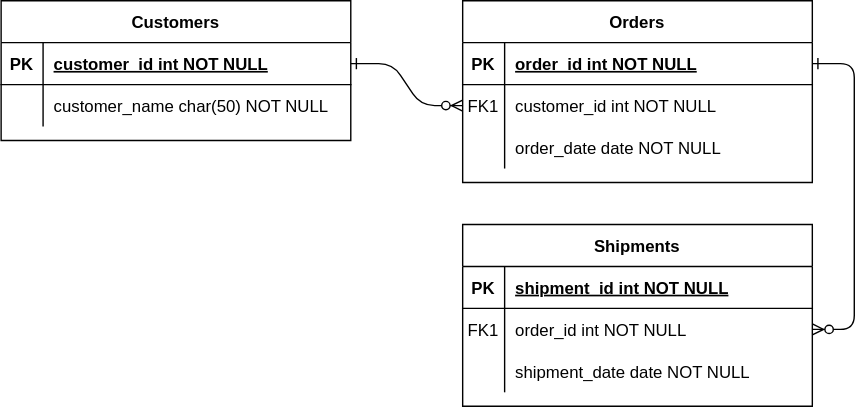
Above: Wishlist_Database.drawio.svg in Mwene-mutapa/wishlist-documentation (draw.io), before the change. Source tidied: cells renumbered, new cells last; positions are measured from the earlier drawing's top-left corner, leaving out a move shared by most shapes. Source of this version:
```xml
<mxGraphModel>
  <root>
    <mxCell id="0" />
    <mxCell id="1" parent="0" />
    <mxCell id="2" style="edgeStyle=entityRelationEdgeStyle;endArrow=ERzeroToMany;startArrow=ERone;endFill=1;startFill=0;" parent="1" edge="1" source="25" target="8">
      <mxGeometry relative="1" as="geometry" />
    </mxCell>
    <mxCell id="3" style="edgeStyle=entityRelationEdgeStyle;endArrow=ERzeroToMany;startArrow=ERone;endFill=1;startFill=0;" parent="1" edge="1" source="5" target="18">
      <mxGeometry relative="1" as="geometry" />
    </mxCell>
    <mxCell id="4" value="Orders" style="shape=table;startSize=30;rowLines=0;fontStyle=1;align=center;" parent="1" vertex="1">
      <mxGeometry x="330" width="250" height="130" as="geometry" />
    </mxCell>
    <mxCell id="5" style="shape=partialRectangle;fillColor=none;points=[[0,0.5],[1,0.5]];portConstraint=eastwest;top=0;left=0;right=0;bottom=1;" parent="4" vertex="1">
      <mxGeometry y="30" width="250" height="30" as="geometry" />
    </mxCell>
    <mxCell id="6" value="PK" style="shape=partialRectangle;overflow=hidden;fillColor=none;top=0;left=0;bottom=0;right=0;fontStyle=1;" parent="5" vertex="1">
      <mxGeometry width="30" height="30" as="geometry" />
    </mxCell>
    <mxCell id="7" value="order_id int NOT NULL " style="shape=partialRectangle;overflow=hidden;fillColor=none;top=0;left=0;bottom=0;right=0;align=left;spacingLeft=6;fontStyle=5;" parent="5" vertex="1">
      <mxGeometry x="30" width="220" height="30" as="geometry" />
    </mxCell>
    <mxCell id="8" style="shape=partialRectangle;fillColor=none;points=[[0,0.5],[1,0.5]];portConstraint=eastwest;top=0;left=0;right=0;bottom=0;" parent="4" vertex="1">
      <mxGeometry y="60" width="250" height="30" as="geometry" />
    </mxCell>
    <mxCell id="9" value="FK1" style="shape=partialRectangle;overflow=hidden;fillColor=none;top=0;left=0;bottom=0;right=0;" parent="8" vertex="1">
      <mxGeometry width="30" height="30" as="geometry" />
    </mxCell>
    <mxCell id="10" value="customer_id int NOT NULL" style="shape=partialRectangle;overflow=hidden;fillColor=none;top=0;left=0;bottom=0;right=0;align=left;spacingLeft=6;" parent="8" vertex="1">
      <mxGeometry x="30" width="220" height="30" as="geometry" />
    </mxCell>
    <mxCell id="11" style="shape=partialRectangle;fillColor=none;top=0;left=0;right=0;bottom=0;" parent="4" vertex="1">
      <mxGeometry y="90" width="250" height="30" as="geometry" />
    </mxCell>
    <mxCell id="12" style="shape=partialRectangle;overflow=hidden;fillColor=none;top=0;left=0;bottom=0;right=0;" parent="11" vertex="1">
      <mxGeometry width="30" height="30" as="geometry" />
    </mxCell>
    <mxCell id="13" value="order_date date NOT NULL" style="shape=partialRectangle;overflow=hidden;fillColor=none;top=0;left=0;bottom=0;right=0;align=left;spacingLeft=6;" parent="11" vertex="1">
      <mxGeometry x="30" width="220" height="30" as="geometry" />
    </mxCell>
    <mxCell id="14" value="Shipments" style="shape=table;startSize=30;rowLines=0;fontStyle=1;align=center;" parent="1" vertex="1">
      <mxGeometry x="330" y="160" width="250" height="130" as="geometry" />
    </mxCell>
    <mxCell id="15" style="shape=partialRectangle;fillColor=none;top=0;left=0;right=0;bottom=1;" parent="14" vertex="1">
      <mxGeometry y="30" width="250" height="30" as="geometry" />
    </mxCell>
    <mxCell id="16" value="PK" style="shape=partialRectangle;overflow=hidden;fillColor=none;top=0;left=0;bottom=0;right=0;fontStyle=1;" parent="15" vertex="1">
      <mxGeometry width="30" height="30" as="geometry" />
    </mxCell>
    <mxCell id="17" value="shipment_id int NOT NULL " style="shape=partialRectangle;overflow=hidden;fillColor=none;top=0;left=0;bottom=0;right=0;align=left;spacingLeft=6;fontStyle=5;" parent="15" vertex="1">
      <mxGeometry x="30" width="220" height="30" as="geometry" />
    </mxCell>
    <mxCell id="18" style="shape=partialRectangle;fillColor=none;points=[[0,0.5],[1,0.5]];portConstraint=eastwest;top=0;left=0;right=0;bottom=0;" parent="14" vertex="1">
      <mxGeometry y="60" width="250" height="30" as="geometry" />
    </mxCell>
    <mxCell id="19" value="FK1" style="shape=partialRectangle;overflow=hidden;fillColor=none;top=0;left=0;bottom=0;right=0;" parent="18" vertex="1">
      <mxGeometry width="30" height="30" as="geometry" />
    </mxCell>
    <mxCell id="20" value="order_id int NOT NULL" style="shape=partialRectangle;overflow=hidden;fillColor=none;top=0;left=0;bottom=0;right=0;align=left;spacingLeft=6;" parent="18" vertex="1">
      <mxGeometry x="30" width="220" height="30" as="geometry" />
    </mxCell>
    <mxCell id="21" style="shape=partialRectangle;fillColor=none;top=0;left=0;right=0;bottom=0;" parent="14" vertex="1">
      <mxGeometry y="90" width="250" height="30" as="geometry" />
    </mxCell>
    <mxCell id="22" style="shape=partialRectangle;overflow=hidden;fillColor=none;top=0;left=0;bottom=0;right=0;" parent="21" vertex="1">
      <mxGeometry width="30" height="30" as="geometry" />
    </mxCell>
    <mxCell id="23" value="shipment_date date NOT NULL" style="shape=partialRectangle;overflow=hidden;fillColor=none;top=0;left=0;bottom=0;right=0;align=left;spacingLeft=6;" parent="21" vertex="1">
      <mxGeometry x="30" width="220" height="30" as="geometry" />
    </mxCell>
    <mxCell id="24" value="Customers" style="shape=table;startSize=30;rowLines=0;fontStyle=1;align=center;" parent="1" vertex="1">
      <mxGeometry width="250" height="100" as="geometry" />
    </mxCell>
    <mxCell id="25" style="shape=partialRectangle;fillColor=none;points=[[0,0.5],[1,0.5]];portConstraint=eastwest;top=0;left=0;right=0;bottom=1;" parent="24" vertex="1">
      <mxGeometry y="30" width="250" height="30" as="geometry" />
    </mxCell>
    <mxCell id="26" value="PK" style="shape=partialRectangle;overflow=hidden;fillColor=none;top=0;left=0;bottom=0;right=0;fontStyle=1;" parent="25" vertex="1">
      <mxGeometry width="30" height="30" as="geometry" />
    </mxCell>
    <mxCell id="27" value="customer_id int NOT NULL " style="shape=partialRectangle;overflow=hidden;fillColor=none;top=0;left=0;bottom=0;right=0;align=left;spacingLeft=6;fontStyle=5;" parent="25" vertex="1">
      <mxGeometry x="30" width="220" height="30" as="geometry" />
    </mxCell>
    <mxCell id="28" style="shape=partialRectangle;fillColor=none;top=0;left=0;right=0;bottom=0;" parent="24" vertex="1">
      <mxGeometry y="60" width="250" height="30" as="geometry" />
    </mxCell>
    <mxCell id="29" style="shape=partialRectangle;overflow=hidden;fillColor=none;top=0;left=0;bottom=0;right=0;" parent="28" vertex="1">
      <mxGeometry width="30" height="30" as="geometry" />
    </mxCell>
    <mxCell id="30" value="customer_name char(50) NOT NULL" style="shape=partialRectangle;overflow=hidden;fillColor=none;top=0;left=0;bottom=0;right=0;align=left;spacingLeft=6;" parent="28" vertex="1">
      <mxGeometry x="30" width="220" height="30" as="geometry" />
    </mxCell>
  </root>
</mxGraphModel>
```
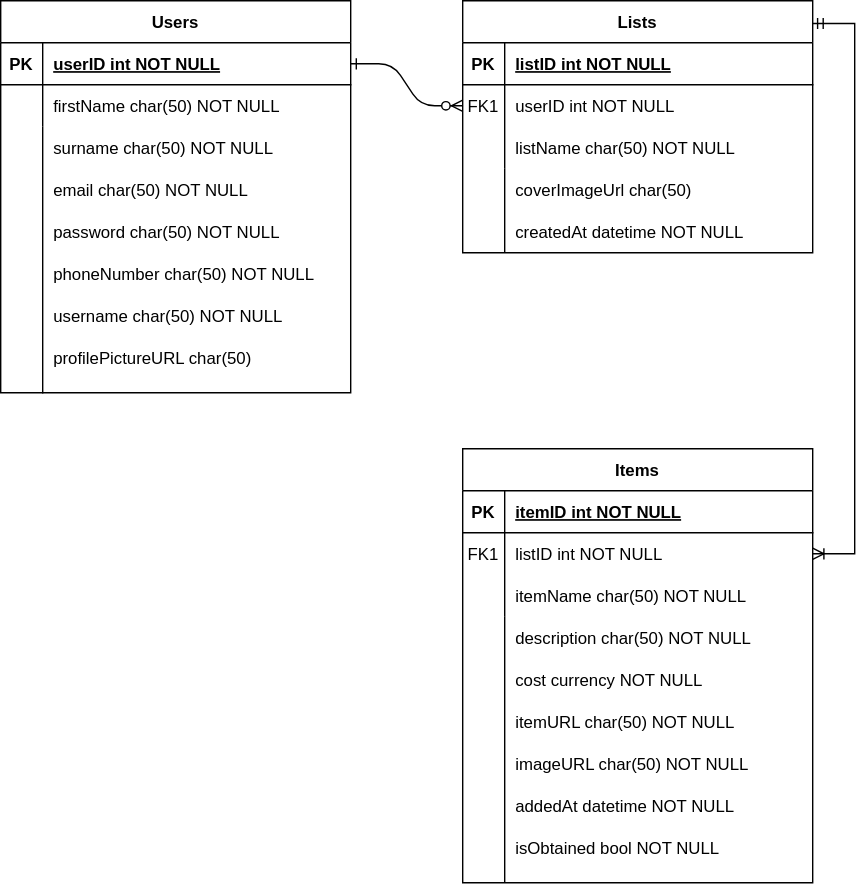
After the change.

What changed in the source:
```diff
@@ -5,11 +5,8 @@
     <mxCell id="2" style="edgeStyle=entityRelationEdgeStyle;endArrow=ERzeroToMany;startArrow=ERone;endFill=1;startFill=0;" parent="1" edge="1" source="25" target="8">
       <mxGeometry relative="1" as="geometry" />
     </mxCell>
-    <mxCell id="3" style="edgeStyle=entityRelationEdgeStyle;endArrow=ERzeroToMany;startArrow=ERone;endFill=1;startFill=0;" parent="1" edge="1" source="5" target="18">
-      <mxGeometry relative="1" as="geometry" />
-    </mxCell>
-    <mxCell id="4" value="Orders" style="shape=table;startSize=30;rowLines=0;fontStyle=1;align=center;" parent="1" vertex="1">
-      <mxGeometry x="330" width="250" height="130" as="geometry" />
+    <mxCell id="4" value="Lists" style="shape=table;startSize=30;rowLines=0;fontStyle=1;align=center;" parent="1" vertex="1">
+      <mxGeometry x="330" width="250" height="180" as="geometry" />
     </mxCell>
     <mxCell id="5" style="shape=partialRectangle;fillColor=none;points=[[0,0.5],[1,0.5]];portConstraint=eastwest;top=0;left=0;right=0;bottom=1;" parent="4" vertex="1">
       <mxGeometry y="30" width="250" height="30" as="geometry" />
@@ -17,7 +14,7 @@
     <mxCell id="6" value="PK" style="shape=partialRectangle;overflow=hidden;fillColor=none;top=0;left=0;bottom=0;right=0;fontStyle=1;" parent="5" vertex="1">
       <mxGeometry width="30" height="30" as="geometry" />
     </mxCell>
-    <mxCell id="7" value="order_id int NOT NULL " style="shape=partialRectangle;overflow=hidden;fillColor=none;top=0;left=0;bottom=0;right=0;align=left;spacingLeft=6;fontStyle=5;" parent="5" vertex="1">
+    <mxCell id="7" value="listID int NOT NULL " style="shape=partialRectangle;overflow=hidden;fillColor=none;top=0;left=0;bottom=0;right=0;align=left;spacingLeft=6;fontStyle=5;" parent="5" vertex="1">
       <mxGeometry x="30" width="220" height="30" as="geometry" />
     </mxCell>
     <mxCell id="8" style="shape=partialRectangle;fillColor=none;points=[[0,0.5],[1,0.5]];portConstraint=eastwest;top=0;left=0;right=0;bottom=0;" parent="4" vertex="1">
@@ -26,7 +23,7 @@
     <mxCell id="9" value="FK1" style="shape=partialRectangle;overflow=hidden;fillColor=none;top=0;left=0;bottom=0;right=0;" parent="8" vertex="1">
       <mxGeometry width="30" height="30" as="geometry" />
     </mxCell>
-    <mxCell id="10" value="customer_id int NOT NULL" style="shape=partialRectangle;overflow=hidden;fillColor=none;top=0;left=0;bottom=0;right=0;align=left;spacingLeft=6;" parent="8" vertex="1">
+    <mxCell id="10" value="userID int NOT NULL" style="shape=partialRectangle;overflow=hidden;fillColor=none;top=0;left=0;bottom=0;right=0;align=left;spacingLeft=6;" parent="8" vertex="1">
       <mxGeometry x="30" width="220" height="30" as="geometry" />
     </mxCell>
     <mxCell id="11" style="shape=partialRectangle;fillColor=none;top=0;left=0;right=0;bottom=0;" parent="4" vertex="1">
@@ -35,11 +32,11 @@
     <mxCell id="12" style="shape=partialRectangle;overflow=hidden;fillColor=none;top=0;left=0;bottom=0;right=0;" parent="11" vertex="1">
       <mxGeometry width="30" height="30" as="geometry" />
     </mxCell>
-    <mxCell id="13" value="order_date date NOT NULL" style="shape=partialRectangle;overflow=hidden;fillColor=none;top=0;left=0;bottom=0;right=0;align=left;spacingLeft=6;" parent="11" vertex="1">
+    <mxCell id="13" value="listName char(50) NOT NULL" style="shape=partialRectangle;overflow=hidden;fillColor=none;top=0;left=0;bottom=0;right=0;align=left;spacingLeft=6;" parent="11" vertex="1">
       <mxGeometry x="30" width="220" height="30" as="geometry" />
     </mxCell>
-    <mxCell id="14" value="Shipments" style="shape=table;startSize=30;rowLines=0;fontStyle=1;align=center;" parent="1" vertex="1">
-      <mxGeometry x="330" y="160" width="250" height="130" as="geometry" />
+    <mxCell id="14" value="Items" style="shape=table;startSize=30;rowLines=0;fontStyle=1;align=center;" parent="1" vertex="1">
+      <mxGeometry x="330" y="320" width="250" height="310" as="geometry" />
     </mxCell>
     <mxCell id="15" style="shape=partialRectangle;fillColor=none;top=0;left=0;right=0;bottom=1;" parent="14" vertex="1">
       <mxGeometry y="30" width="250" height="30" as="geometry" />
@@ -47,7 +44,7 @@
     <mxCell id="16" value="PK" style="shape=partialRectangle;overflow=hidden;fillColor=none;top=0;left=0;bottom=0;right=0;fontStyle=1;" parent="15" vertex="1">
       <mxGeometry width="30" height="30" as="geometry" />
     </mxCell>
-    <mxCell id="17" value="shipment_id int NOT NULL " style="shape=partialRectangle;overflow=hidden;fillColor=none;top=0;left=0;bottom=0;right=0;align=left;spacingLeft=6;fontStyle=5;" parent="15" vertex="1">
+    <mxCell id="17" value="itemID int NOT NULL " style="shape=partialRectangle;overflow=hidden;fillColor=none;top=0;left=0;bottom=0;right=0;align=left;spacingLeft=6;fontStyle=5;" parent="15" vertex="1">
       <mxGeometry x="30" width="220" height="30" as="geometry" />
     </mxCell>
     <mxCell id="18" style="shape=partialRectangle;fillColor=none;points=[[0,0.5],[1,0.5]];portConstraint=eastwest;top=0;left=0;right=0;bottom=0;" parent="14" vertex="1">
@@ -56,7 +53,7 @@
     <mxCell id="19" value="FK1" style="shape=partialRectangle;overflow=hidden;fillColor=none;top=0;left=0;bottom=0;right=0;" parent="18" vertex="1">
       <mxGeometry width="30" height="30" as="geometry" />
     </mxCell>
-    <mxCell id="20" value="order_id int NOT NULL" style="shape=partialRectangle;overflow=hidden;fillColor=none;top=0;left=0;bottom=0;right=0;align=left;spacingLeft=6;" parent="18" vertex="1">
+    <mxCell id="20" value="listID int NOT NULL" style="shape=partialRectangle;overflow=hidden;fillColor=none;top=0;left=0;bottom=0;right=0;align=left;spacingLeft=6;" parent="18" vertex="1">
       <mxGeometry x="30" width="220" height="30" as="geometry" />
     </mxCell>
     <mxCell id="21" style="shape=partialRectangle;fillColor=none;top=0;left=0;right=0;bottom=0;" parent="14" vertex="1">
@@ -65,11 +62,11 @@
     <mxCell id="22" style="shape=partialRectangle;overflow=hidden;fillColor=none;top=0;left=0;bottom=0;right=0;" parent="21" vertex="1">
       <mxGeometry width="30" height="30" as="geometry" />
     </mxCell>
-    <mxCell id="23" value="shipment_date date NOT NULL" style="shape=partialRectangle;overflow=hidden;fillColor=none;top=0;left=0;bottom=0;right=0;align=left;spacingLeft=6;" parent="21" vertex="1">
+    <mxCell id="23" value="itemName char(50) NOT NULL" style="shape=partialRectangle;overflow=hidden;fillColor=none;top=0;left=0;bottom=0;right=0;align=left;spacingLeft=6;" parent="21" vertex="1">
       <mxGeometry x="30" width="220" height="30" as="geometry" />
     </mxCell>
-    <mxCell id="24" value="Customers" style="shape=table;startSize=30;rowLines=0;fontStyle=1;align=center;" parent="1" vertex="1">
-      <mxGeometry width="250" height="100" as="geometry" />
+    <mxCell id="24" value="Users" style="shape=table;startSize=30;rowLines=0;fontStyle=1;align=center;" parent="1" vertex="1">
+      <mxGeometry width="250" height="280" as="geometry" />
     </mxCell>
     <mxCell id="25" style="shape=partialRectangle;fillColor=none;points=[[0,0.5],[1,0.5]];portConstraint=eastwest;top=0;left=0;right=0;bottom=1;" parent="24" vertex="1">
       <mxGeometry y="30" width="250" height="30" as="geometry" />
@@ -77,7 +74,7 @@
     <mxCell id="26" value="PK" style="shape=partialRectangle;overflow=hidden;fillColor=none;top=0;left=0;bottom=0;right=0;fontStyle=1;" parent="25" vertex="1">
       <mxGeometry width="30" height="30" as="geometry" />
     </mxCell>
-    <mxCell id="27" value="customer_id int NOT NULL " style="shape=partialRectangle;overflow=hidden;fillColor=none;top=0;left=0;bottom=0;right=0;align=left;spacingLeft=6;fontStyle=5;" parent="25" vertex="1">
+    <mxCell id="27" value="userID int NOT NULL " style="shape=partialRectangle;overflow=hidden;fillColor=none;top=0;left=0;bottom=0;right=0;align=left;spacingLeft=6;fontStyle=5;" parent="25" vertex="1">
       <mxGeometry x="30" width="220" height="30" as="geometry" />
     </mxCell>
     <mxCell id="28" style="shape=partialRectangle;fillColor=none;top=0;left=0;right=0;bottom=0;" parent="24" vertex="1">
@@ -86,8 +83,71 @@
     <mxCell id="29" style="shape=partialRectangle;overflow=hidden;fillColor=none;top=0;left=0;bottom=0;right=0;" parent="28" vertex="1">
       <mxGeometry width="30" height="30" as="geometry" />
     </mxCell>
-    <mxCell id="30" value="customer_name char(50) NOT NULL" style="shape=partialRectangle;overflow=hidden;fillColor=none;top=0;left=0;bottom=0;right=0;align=left;spacingLeft=6;" parent="28" vertex="1">
+    <mxCell id="30" value="firstName char(50) NOT NULL" style="shape=partialRectangle;overflow=hidden;fillColor=none;top=0;left=0;bottom=0;right=0;align=left;spacingLeft=6;" parent="28" vertex="1">
       <mxGeometry x="30" width="220" height="30" as="geometry" />
     </mxCell>
+    <mxCell id="31" value="surname char(50) NOT NULL" style="shape=partialRectangle;overflow=hidden;fillColor=none;top=0;left=0;bottom=0;right=0;align=left;spacingLeft=6;" parent="1" vertex="1">
+      <mxGeometry x="30" y="90" width="220" height="30" as="geometry" />
+    </mxCell>
+    <mxCell id="32" value="email char(50) NOT NULL" style="shape=partialRectangle;overflow=hidden;fillColor=none;top=0;left=0;bottom=0;right=0;align=left;spacingLeft=6;" parent="1" vertex="1">
+      <mxGeometry x="30" y="120" width="220" height="30" as="geometry" />
+    </mxCell>
+    <mxCell id="33" value="password char(50) NOT NULL" style="shape=partialRectangle;overflow=hidden;fillColor=none;top=0;left=0;bottom=0;right=0;align=left;spacingLeft=6;" parent="1" vertex="1">
+      <mxGeometry x="30" y="150" width="220" height="30" as="geometry" />
+    </mxCell>
+    <mxCell id="34" value="phoneNumber char(50) NOT NULL" style="shape=partialRectangle;overflow=hidden;fillColor=none;top=0;left=0;bottom=0;right=0;align=left;spacingLeft=6;" parent="1" vertex="1">
+      <mxGeometry x="30" y="180" width="220" height="30" as="geometry" />
+    </mxCell>
+    <mxCell id="35" value="username char(50) NOT NULL" style="shape=partialRectangle;overflow=hidden;fillColor=none;top=0;left=0;bottom=0;right=0;align=left;spacingLeft=6;" parent="1" vertex="1">
+      <mxGeometry x="30" y="210" width="220" height="30" as="geometry" />
+    </mxCell>
+    <mxCell id="36" value="profilePictureURL char(50) " style="shape=partialRectangle;overflow=hidden;fillColor=none;top=0;left=0;bottom=0;right=0;align=left;spacingLeft=6;" parent="1" vertex="1">
+      <mxGeometry x="30" y="240" width="220" height="30" as="geometry" />
+    </mxCell>
+    <mxCell id="37" style="endArrow=none;html=1;rounded=0;" parent="1" edge="1">
+      <mxGeometry relative="1" as="geometry">
+        <mxPoint x="30" y="280.5" as="sourcePoint" />
+        <mxPoint x="30" y="90" as="targetPoint" />
+      </mxGeometry>
+    </mxCell>
+    <mxCell id="38" value="coverImageUrl char(50)" style="shape=partialRectangle;overflow=hidden;fillColor=none;top=0;left=0;bottom=0;right=0;align=left;spacingLeft=6;" parent="1" vertex="1">
+      <mxGeometry x="360" y="120" width="220" height="30" as="geometry" />
+    </mxCell>
+    <mxCell id="39" style="endArrow=none;html=1;rounded=0;" parent="1" edge="1">
+      <mxGeometry relative="1" as="geometry">
+        <mxPoint x="360" y="180" as="sourcePoint" />
+        <mxPoint x="360" y="120" as="targetPoint" />
+      </mxGeometry>
+    </mxCell>
+    <mxCell id="40" style="edgeStyle=entityRelationEdgeStyle;fontSize=12;html=1;endArrow=ERoneToMany;startArrow=ERmandOne;rounded=0;exitX=0.998;exitY=0.09;exitDx=0;exitDy=0;exitPerimeter=0;" parent="1" edge="1" source="4" target="18">
+      <mxGeometry relative="1" as="geometry" />
+    </mxCell>
+    <mxCell id="41" value="description char(50) NOT NULL" style="shape=partialRectangle;overflow=hidden;fillColor=none;top=0;left=0;bottom=0;right=0;align=left;spacingLeft=6;" parent="1" vertex="1">
+      <mxGeometry x="360" y="440" width="220" height="30" as="geometry" />
+    </mxCell>
+    <mxCell id="42" value="cost currency NOT NULL" style="shape=partialRectangle;overflow=hidden;fillColor=none;top=0;left=0;bottom=0;right=0;align=left;spacingLeft=6;" parent="1" vertex="1">
+      <mxGeometry x="360" y="470" width="220" height="30" as="geometry" />
+    </mxCell>
+    <mxCell id="43" value="itemURL char(50) NOT NULL" style="shape=partialRectangle;overflow=hidden;fillColor=none;top=0;left=0;bottom=0;right=0;align=left;spacingLeft=6;" parent="1" vertex="1">
+      <mxGeometry x="360" y="500" width="220" height="30" as="geometry" />
+    </mxCell>
+    <mxCell id="44" value="imageURL char(50) NOT NULL" style="shape=partialRectangle;overflow=hidden;fillColor=none;top=0;left=0;bottom=0;right=0;align=left;spacingLeft=6;" parent="1" vertex="1">
+      <mxGeometry x="360" y="530" width="220" height="30" as="geometry" />
+    </mxCell>
+    <mxCell id="45" value="addedAt datetime NOT NULL" style="shape=partialRectangle;overflow=hidden;fillColor=none;top=0;left=0;bottom=0;right=0;align=left;spacingLeft=6;" parent="1" vertex="1">
+      <mxGeometry x="360" y="560" width="220" height="30" as="geometry" />
+    </mxCell>
+    <mxCell id="46" value="isObtained bool NOT NULL" style="shape=partialRectangle;overflow=hidden;fillColor=none;top=0;left=0;bottom=0;right=0;align=left;spacingLeft=6;" parent="1" vertex="1">
+      <mxGeometry x="360" y="590" width="220" height="30" as="geometry" />
+    </mxCell>
+    <mxCell id="47" style="endArrow=none;html=1;rounded=0;" parent="1" edge="1">
+      <mxGeometry relative="1" as="geometry">
+        <mxPoint x="360" y="630" as="sourcePoint" />
+        <mxPoint x="360" y="440" as="targetPoint" />
+      </mxGeometry>
+    </mxCell>
+    <mxCell id="48" value="createdAt datetime NOT NULL" style="shape=partialRectangle;overflow=hidden;fillColor=none;top=0;left=0;bottom=0;right=0;align=left;spacingLeft=6;" parent="1" vertex="1">
+      <mxGeometry x="360" y="150" width="220" height="30" as="geometry" />
+    </mxCell>
   </root>
 </mxGraphModel>
```
